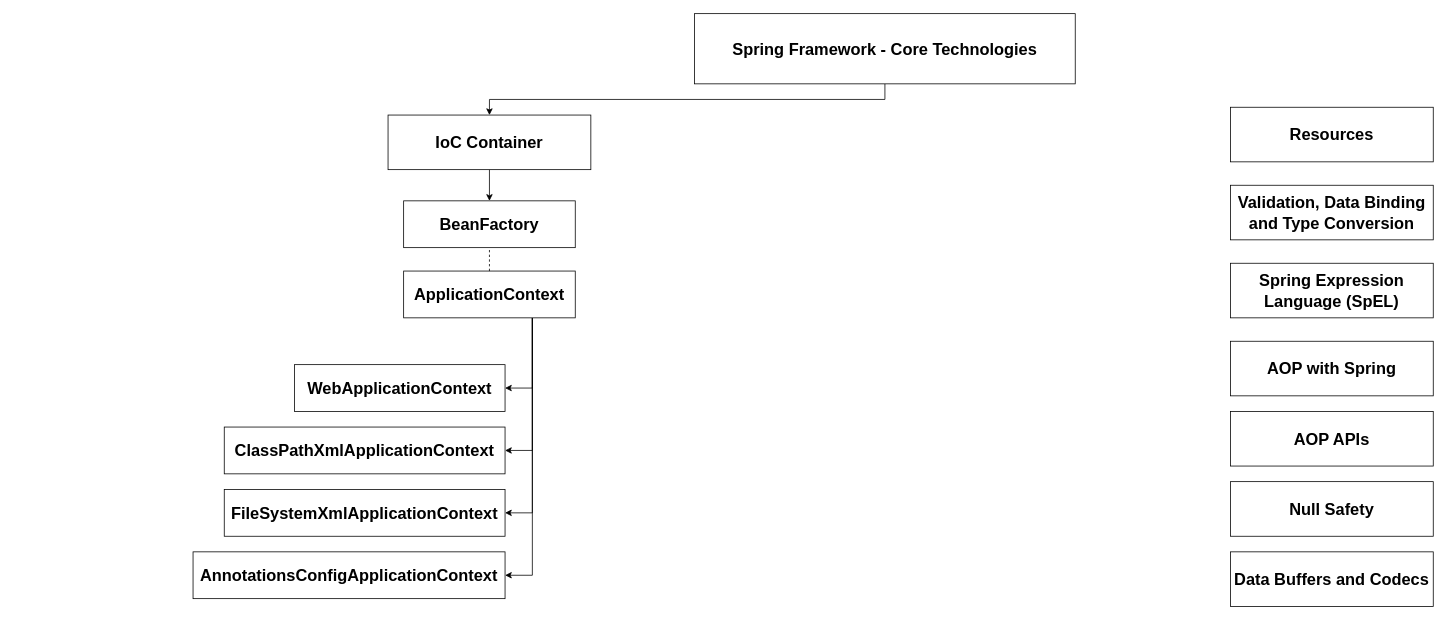
Before: flowcharts/Spring Framework - Core Technologies.drawio in anikettrivedi/java-spring, a draw.io diagram. Source tidied: cells renumbered, new cells numbered last; positions are measured from the earlier drawing's top-left corner, leaving out a move shared by most shapes. Both pictures are drawn from the tidied source at 78%, with x=0, y=0 at pixel (193, 13).
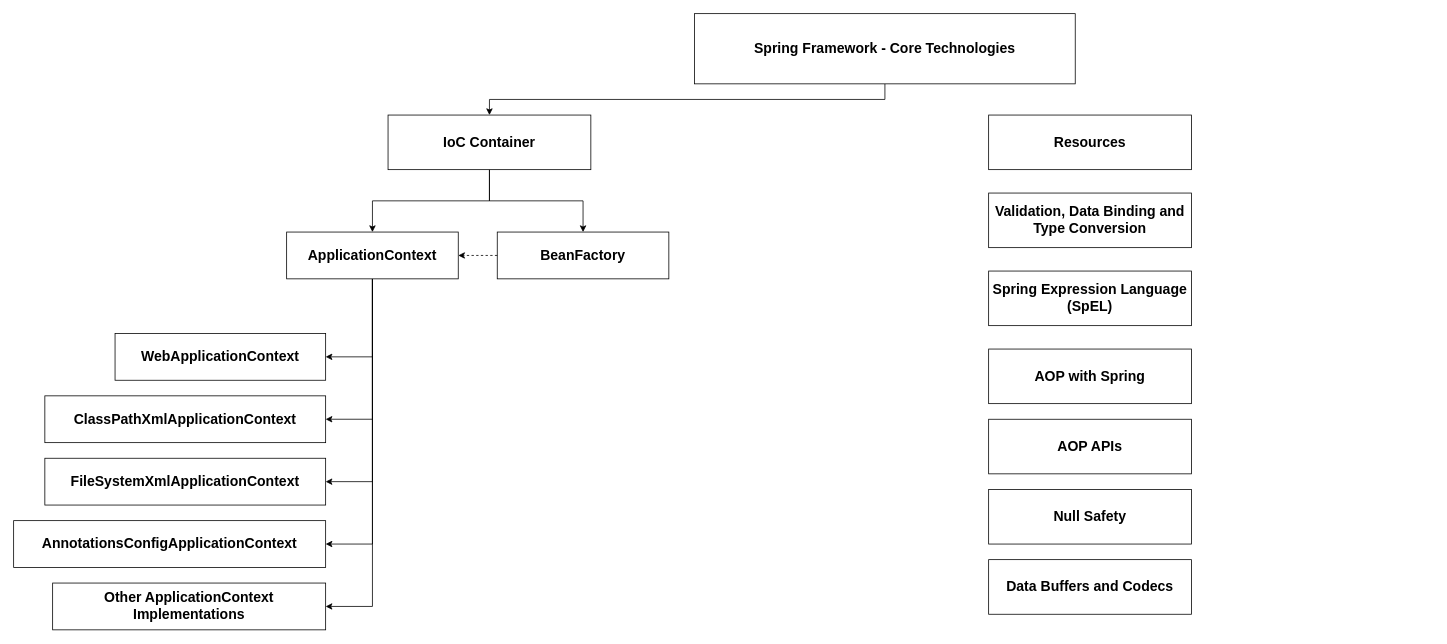
The same page after the edit.

The edit, as a diff of the source:
```diff
@@
-    <mxCell id="2" style="edgeStyle=orthogonalEdgeStyle;rounded=0;jettySize=auto;html=1;exitX=0.5;exitY=1;exitDx=0;exitDy=0;entryX=0.5;entryY=0;entryDx=0;entryDy=0;" parent="1" edge="1" source="3" target="5">
+    <mxCell id="2" style="edgeStyle=orthogonalEdgeStyle;rounded=0;jettySize=auto;html=1;exitX=0.5;exitY=1;exitDx=0;exitDy=0;entryX=0.5;entryY=0;entryDx=0;entryDy=0;fontSize=18;fontStyle=1;" parent="1" edge="1" source="3" target="5">
       <mxGeometry relative="1" as="geometry" />
     </mxCell>
-    <mxCell id="3" value="&lt;div&gt;&lt;font style=&quot;font-size: 21px;&quot;&gt;&lt;b&gt;Spring Framework - Core Technologies&lt;/b&gt;&lt;/font&gt;&lt;/div&gt;" style="rounded=0;whiteSpace=wrap;html=1;" parent="1" vertex="1">
+    <mxCell id="3" value="&lt;div style=&quot;font-size: 18px;&quot;&gt;&lt;font style=&quot;font-size: 18px;&quot;&gt;&lt;span style=&quot;font-size: 18px;&quot;&gt;Spring Framework - Core Technologies&lt;/span&gt;&lt;/font&gt;&lt;/div&gt;" style="rounded=0;whiteSpace=wrap;html=1;fontSize=18;fontStyle=1;" parent="1" vertex="1">
       <mxGeometry x="643" width="488" height="90" as="geometry" />
     </mxCell>
+    <mxCell id="24" style="edgeStyle=orthogonalEdgeStyle;rounded=0;jettySize=auto;html=1;fontSize=18;fontStyle=1;" parent="1" edge="1" source="5" target="11">
+      <mxGeometry relative="1" as="geometry" />
+    </mxCell>
-    <mxCell id="4" style="edgeStyle=orthogonalEdgeStyle;rounded=0;jettySize=auto;html=1;exitX=0.5;exitY=1;exitDx=0;exitDy=0;" parent="1" edge="1" source="5" target="6">
+    <mxCell id="4" style="edgeStyle=orthogonalEdgeStyle;rounded=0;jettySize=auto;html=1;exitX=0.5;exitY=1;exitDx=0;exitDy=0;entryX=0.5;entryY=0;entryDx=0;entryDy=0;fontSize=18;fontStyle=1;" parent="1" edge="1" source="5" target="6">
       <mxGeometry relative="1" as="geometry" />
     </mxCell>
-    <mxCell id="5" value="&lt;b&gt;&lt;font style=&quot;font-size: 21px;&quot;&gt;IoC Container&lt;/font&gt;&lt;/b&gt;" style="rounded=0;whiteSpace=wrap;html=1;" parent="1" vertex="1">
+    <mxCell id="5" value="&lt;span style=&quot;font-size: 18px;&quot;&gt;&lt;font style=&quot;font-size: 18px;&quot;&gt;IoC Container&lt;/font&gt;&lt;/span&gt;" style="rounded=0;whiteSpace=wrap;html=1;fontSize=18;fontStyle=1;" parent="1" vertex="1">
       <mxGeometry x="250" y="130" width="260" height="70" as="geometry" />
     </mxCell>
-    <mxCell id="6" value="&lt;b&gt;&lt;font style=&quot;font-size: 21px;&quot;&gt;BeanFactory&lt;/font&gt;&lt;/b&gt;" style="rounded=0;whiteSpace=wrap;html=1;" parent="1" vertex="1">
-      <mxGeometry x="270" y="240" width="220" height="60" as="geometry" />
+    <mxCell id="6" value="&lt;span style=&quot;font-size: 18px;&quot;&gt;&lt;font style=&quot;font-size: 18px;&quot;&gt;BeanFactory&lt;/font&gt;&lt;/span&gt;" style="rounded=0;whiteSpace=wrap;html=1;fontSize=18;fontStyle=1;" parent="1" vertex="1">
+      <mxGeometry x="390" y="280" width="220" height="60" as="geometry" />
     </mxCell>
-    <mxCell id="7" style="edgeStyle=orthogonalEdgeStyle;rounded=0;jettySize=auto;html=1;exitX=0.75;exitY=1;exitDx=0;exitDy=0;entryX=1;entryY=0.5;entryDx=0;entryDy=0;" parent="1" edge="1" source="11" target="12">
+    <mxCell id="7" style="edgeStyle=orthogonalEdgeStyle;rounded=0;jettySize=auto;html=1;exitX=0.5;exitY=1;exitDx=0;exitDy=0;entryX=1;entryY=0.5;entryDx=0;entryDy=0;fontSize=18;fontStyle=1;" parent="1" edge="1" source="11" target="12">
       <mxGeometry relative="1" as="geometry" />
     </mxCell>
-    <mxCell id="8" style="edgeStyle=orthogonalEdgeStyle;rounded=0;jettySize=auto;html=1;exitX=0.75;exitY=1;exitDx=0;exitDy=0;entryX=1;entryY=0.5;entryDx=0;entryDy=0;" parent="1" edge="1" source="11" target="14">
-      <mxGeometry relative="1" as="geometry" />
-    </mxCell>
-    <mxCell id="9" style="edgeStyle=orthogonalEdgeStyle;rounded=0;jettySize=auto;html=1;exitX=0.75;exitY=1;exitDx=0;exitDy=0;entryX=1;entryY=0.5;entryDx=0;entryDy=0;" parent="1" edge="1" source="11" target="15">
+    <mxCell id="9" style="edgeStyle=orthogonalEdgeStyle;rounded=0;jettySize=auto;html=1;exitX=0.5;exitY=1;exitDx=0;exitDy=0;entryX=1;entryY=0.5;entryDx=0;entryDy=0;fontSize=18;fontStyle=1;" parent="1" edge="1" source="11" target="15">
       <mxGeometry relative="1" as="geometry" />
     </mxCell>
-    <mxCell id="10" style="edgeStyle=orthogonalEdgeStyle;rounded=0;jettySize=auto;html=1;exitX=0.75;exitY=1;exitDx=0;exitDy=0;entryX=1;entryY=0.5;entryDx=0;entryDy=0;" parent="1" edge="1" source="11" target="16">
-      <mxGeometry relative="1" as="geometry">
-        <Array as="points">
-          <mxPoint x="435" y="720" />
-        </Array>
-      </mxGeometry>
+    <mxCell id="10" style="edgeStyle=orthogonalEdgeStyle;rounded=0;jettySize=auto;html=1;exitX=0.5;exitY=1;exitDx=0;exitDy=0;entryX=1;entryY=0.5;entryDx=0;entryDy=0;fontSize=18;fontStyle=1;" parent="1" edge="1" source="11" target="16">
+      <mxGeometry relative="1" as="geometry" />
     </mxCell>
+    <mxCell id="8" style="edgeStyle=orthogonalEdgeStyle;rounded=0;jettySize=auto;html=1;exitX=0.5;exitY=1;exitDx=0;exitDy=0;entryX=1;entryY=0.5;entryDx=0;entryDy=0;fontSize=18;fontStyle=1;" parent="1" edge="1" source="11" target="14">
+      <mxGeometry relative="1" as="geometry" />
+    </mxCell>
+    <mxCell id="25" style="edgeStyle=orthogonalEdgeStyle;rounded=0;jettySize=auto;html=1;exitX=0.5;exitY=1;exitDx=0;exitDy=0;entryX=1;entryY=0.5;entryDx=0;entryDy=0;fontSize=18;fontStyle=1;" parent="1" edge="1" source="11" target="26">
+      <mxGeometry relative="1" as="geometry" />
+    </mxCell>
-    <mxCell id="11" value="&lt;b&gt;&lt;font style=&quot;font-size: 21px;&quot;&gt;ApplicationContext&lt;/font&gt;&lt;/b&gt;" style="rounded=0;whiteSpace=wrap;html=1;" parent="1" vertex="1">
-      <mxGeometry x="270" y="330" width="220" height="60" as="geometry" />
+    <mxCell id="11" value="&lt;span style=&quot;font-size: 18px;&quot;&gt;&lt;font style=&quot;font-size: 18px;&quot;&gt;ApplicationContext&lt;/font&gt;&lt;/span&gt;" style="rounded=0;whiteSpace=wrap;html=1;fontSize=18;fontStyle=1;" parent="1" vertex="1">
+      <mxGeometry x="120" y="280" width="220" height="60" as="geometry" />
     </mxCell>
-    <mxCell id="12" value="&lt;b&gt;&lt;font style=&quot;font-size: 21px;&quot;&gt;WebApplicationContext&lt;/font&gt;&lt;/b&gt;" style="rounded=0;whiteSpace=wrap;html=1;" parent="1" vertex="1">
-      <mxGeometry x="130" y="450" width="270" height="60" as="geometry" />
+    <mxCell id="12" value="&lt;span style=&quot;font-size: 18px;&quot;&gt;&lt;font style=&quot;font-size: 18px;&quot;&gt;WebApplicationContext&lt;/font&gt;&lt;/span&gt;" style="rounded=0;whiteSpace=wrap;html=1;fontSize=18;fontStyle=1;" parent="1" vertex="1">
+      <mxGeometry x="-100" y="410" width="270" height="60" as="geometry" />
     </mxCell>
-    <mxCell id="13" style="endArrow=none;dashed=1;html=1;rounded=0;entryX=0.5;entryY=1;entryDx=0;entryDy=0;exitX=0.5;exitY=0;exitDx=0;exitDy=0;" parent="1" edge="1" source="11" target="6">
-      <mxGeometry relative="1" as="geometry" />
-    </mxCell>
-    <mxCell id="14" value="&lt;b&gt;&lt;font style=&quot;font-size: 21px;&quot;&gt;ClassPathXmlApplicationContext&lt;/font&gt;&lt;/b&gt;" style="rounded=0;whiteSpace=wrap;html=1;" parent="1" vertex="1">
-      <mxGeometry x="40" y="530" width="360" height="60" as="geometry" />
+    <mxCell id="14" value="&lt;span style=&quot;font-size: 18px;&quot;&gt;&lt;font style=&quot;font-size: 18px;&quot;&gt;ClassPathXmlApplicationContext&lt;/font&gt;&lt;/span&gt;" style="rounded=0;whiteSpace=wrap;html=1;fontSize=18;fontStyle=1;" parent="1" vertex="1">
+      <mxGeometry x="-190" y="490" width="360" height="60" as="geometry" />
     </mxCell>
-    <mxCell id="15" value="&lt;b&gt;&lt;font style=&quot;font-size: 21px;&quot;&gt;FileSystemXmlApplicationContext&lt;/font&gt;&lt;/b&gt;" style="rounded=0;whiteSpace=wrap;html=1;" parent="1" vertex="1">
-      <mxGeometry x="40" y="610" width="360" height="60" as="geometry" />
+    <mxCell id="15" value="&lt;span style=&quot;font-size: 18px;&quot;&gt;&lt;font style=&quot;font-size: 18px;&quot;&gt;FileSystemXmlApplicationContext&lt;/font&gt;&lt;/span&gt;" style="rounded=0;whiteSpace=wrap;html=1;fontSize=18;fontStyle=1;" parent="1" vertex="1">
+      <mxGeometry x="-190" y="570" width="360" height="60" as="geometry" />
     </mxCell>
-    <mxCell id="16" value="&lt;b&gt;&lt;font style=&quot;font-size: 21px;&quot;&gt;AnnotationsConfigApplicationContext&lt;/font&gt;&lt;/b&gt;" style="rounded=0;whiteSpace=wrap;html=1;" parent="1" vertex="1">
-      <mxGeometry y="690" width="400" height="60" as="geometry" />
+    <mxCell id="16" value="&lt;span style=&quot;font-size: 18px;&quot;&gt;&lt;font style=&quot;font-size: 18px;&quot;&gt;AnnotationsConfigApplicationContext&lt;/font&gt;&lt;/span&gt;" style="rounded=0;whiteSpace=wrap;html=1;fontSize=18;fontStyle=1;" parent="1" vertex="1">
+      <mxGeometry x="-230" y="650" width="400" height="60" as="geometry" />
     </mxCell>
-    <mxCell id="17" value="&lt;b&gt;&lt;font style=&quot;font-size: 21px;&quot;&gt;Resources&lt;/font&gt;&lt;/b&gt;" style="rounded=0;whiteSpace=wrap;html=1;" parent="1" vertex="1">
-      <mxGeometry x="1330" y="120" width="260" height="70" as="geometry" />
+    <mxCell id="17" value="&lt;span style=&quot;font-size: 18px;&quot;&gt;&lt;font style=&quot;font-size: 18px;&quot;&gt;Resources&lt;/font&gt;&lt;/span&gt;" style="rounded=0;whiteSpace=wrap;html=1;fontSize=18;fontStyle=1;" parent="1" vertex="1">
+      <mxGeometry x="1020" y="130" width="260" height="70" as="geometry" />
     </mxCell>
-    <mxCell id="18" value="&lt;b&gt;&lt;font style=&quot;font-size: 21px;&quot;&gt;Validation, Data Binding and Type Conversion&lt;br&gt;&lt;/font&gt;&lt;/b&gt;" style="rounded=0;whiteSpace=wrap;html=1;" parent="1" vertex="1">
-      <mxGeometry x="1330" y="220" width="260" height="70" as="geometry" />
+    <mxCell id="18" value="&lt;span style=&quot;font-size: 18px;&quot;&gt;&lt;font style=&quot;font-size: 18px;&quot;&gt;Validation, Data Binding and Type Conversion&lt;br style=&quot;font-size: 18px;&quot;&gt;&lt;/font&gt;&lt;/span&gt;" style="rounded=0;whiteSpace=wrap;html=1;fontSize=18;fontStyle=1;" parent="1" vertex="1">
+      <mxGeometry x="1020" y="230" width="260" height="70" as="geometry" />
     </mxCell>
-    <mxCell id="19" value="&lt;b&gt;&lt;font style=&quot;font-size: 21px;&quot;&gt;Spring Expression Language (SpEL)&lt;br&gt;&lt;/font&gt;&lt;/b&gt;" style="rounded=0;whiteSpace=wrap;html=1;" parent="1" vertex="1">
-      <mxGeometry x="1330" y="320" width="260" height="70" as="geometry" />
+    <mxCell id="19" value="&lt;span style=&quot;font-size: 18px;&quot;&gt;&lt;font style=&quot;font-size: 18px;&quot;&gt;Spring Expression Language (SpEL)&lt;br style=&quot;font-size: 18px;&quot;&gt;&lt;/font&gt;&lt;/span&gt;" style="rounded=0;whiteSpace=wrap;html=1;fontSize=18;fontStyle=1;" parent="1" vertex="1">
+      <mxGeometry x="1020" y="330" width="260" height="70" as="geometry" />
     </mxCell>
-    <mxCell id="20" value="&lt;b&gt;&lt;font style=&quot;font-size: 21px;&quot;&gt;AO&lt;/font&gt;&lt;font style=&quot;font-size: 21px;&quot;&gt;P with Spring&lt;br&gt;&lt;/font&gt;&lt;/b&gt;" style="rounded=0;whiteSpace=wrap;html=1;" parent="1" vertex="1">
-      <mxGeometry x="1330" y="420" width="260" height="70" as="geometry" />
+    <mxCell id="20" value="&lt;span style=&quot;font-size: 18px;&quot;&gt;&lt;font style=&quot;font-size: 18px;&quot;&gt;AO&lt;/font&gt;&lt;font style=&quot;font-size: 18px;&quot;&gt;P with Spring&lt;br style=&quot;font-size: 18px;&quot;&gt;&lt;/font&gt;&lt;/span&gt;" style="rounded=0;whiteSpace=wrap;html=1;fontSize=18;fontStyle=1;" parent="1" vertex="1">
+      <mxGeometry x="1020" y="430" width="260" height="70" as="geometry" />
     </mxCell>
-    <mxCell id="21" value="&lt;b&gt;&lt;font style=&quot;font-size: 21px;&quot;&gt;AOP APIs&lt;br&gt;&lt;/font&gt;&lt;/b&gt;" style="rounded=0;whiteSpace=wrap;html=1;" parent="1" vertex="1">
-      <mxGeometry x="1330" y="510" width="260" height="70" as="geometry" />
+    <mxCell id="21" value="&lt;span style=&quot;font-size: 18px;&quot;&gt;&lt;font style=&quot;font-size: 18px;&quot;&gt;AOP APIs&lt;br style=&quot;font-size: 18px;&quot;&gt;&lt;/font&gt;&lt;/span&gt;" style="rounded=0;whiteSpace=wrap;html=1;fontSize=18;fontStyle=1;" parent="1" vertex="1">
+      <mxGeometry x="1020" y="520" width="260" height="70" as="geometry" />
     </mxCell>
-    <mxCell id="22" value="&lt;b&gt;&lt;font style=&quot;font-size: 21px;&quot;&gt;Null Safety&lt;br&gt;&lt;/font&gt;&lt;/b&gt;" style="rounded=0;whiteSpace=wrap;html=1;" parent="1" vertex="1">
-      <mxGeometry x="1330" y="600" width="260" height="70" as="geometry" />
+    <mxCell id="22" value="&lt;span style=&quot;font-size: 18px;&quot;&gt;&lt;font style=&quot;font-size: 18px;&quot;&gt;Null Safety&lt;br style=&quot;font-size: 18px;&quot;&gt;&lt;/font&gt;&lt;/span&gt;" style="rounded=0;whiteSpace=wrap;html=1;fontSize=18;fontStyle=1;" parent="1" vertex="1">
+      <mxGeometry x="1020" y="610" width="260" height="70" as="geometry" />
     </mxCell>
-    <mxCell id="23" value="&lt;b&gt;&lt;font style=&quot;font-size: 21px;&quot;&gt;Data Buffers and Codecs&lt;br&gt;&lt;/font&gt;&lt;/b&gt;" style="rounded=0;whiteSpace=wrap;html=1;" parent="1" vertex="1">
-      <mxGeometry x="1330" y="690" width="260" height="70" as="geometry" />
+    <mxCell id="23" value="&lt;span style=&quot;font-size: 18px;&quot;&gt;&lt;font style=&quot;font-size: 18px;&quot;&gt;Data Buffers and Codecs&lt;br style=&quot;font-size: 18px;&quot;&gt;&lt;/font&gt;&lt;/span&gt;" style="rounded=0;whiteSpace=wrap;html=1;fontSize=18;fontStyle=1;" parent="1" vertex="1">
+      <mxGeometry x="1020" y="700" width="260" height="70" as="geometry" />
     </mxCell>
+    <mxCell id="26" value="&lt;span style=&quot;font-size: 18px;&quot;&gt;Other ApplicationContext Implementations&lt;br style=&quot;font-size: 18px;&quot;&gt;&lt;/span&gt;" style="rounded=0;whiteSpace=wrap;html=1;fontSize=18;fontStyle=1;" parent="1" vertex="1">
+      <mxGeometry x="-180" y="730" width="350" height="60" as="geometry" />
+    </mxCell>
+    <mxCell id="27" style="html=1;labelBackgroundColor=#ffffff;startArrow=none;startFill=0;startSize=6;endArrow=classic;endFill=1;endSize=6;jettySize=auto;strokeWidth=1;dashed=1;fontSize=14;rounded=0;entryX=1;entryY=0.5;entryDx=0;entryDy=0;exitX=0;exitY=0.5;exitDx=0;exitDy=0;" parent="1" edge="1" source="6" target="11">
+      <mxGeometry relative="1" as="geometry" />
+    </mxCell>
```
